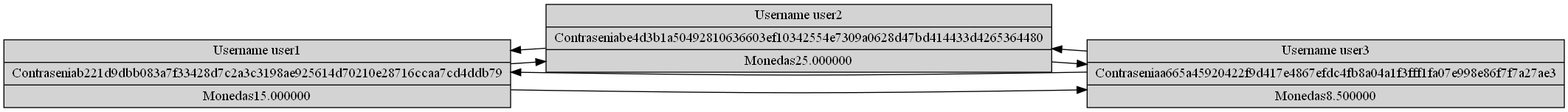
The Graphviz diagram fase1/Usuarios.png in ebarillas14/EDD_2S-BatallaNaval_201903342, before a commit. Its source is kept beside it as fase1/Usuarios.dot.
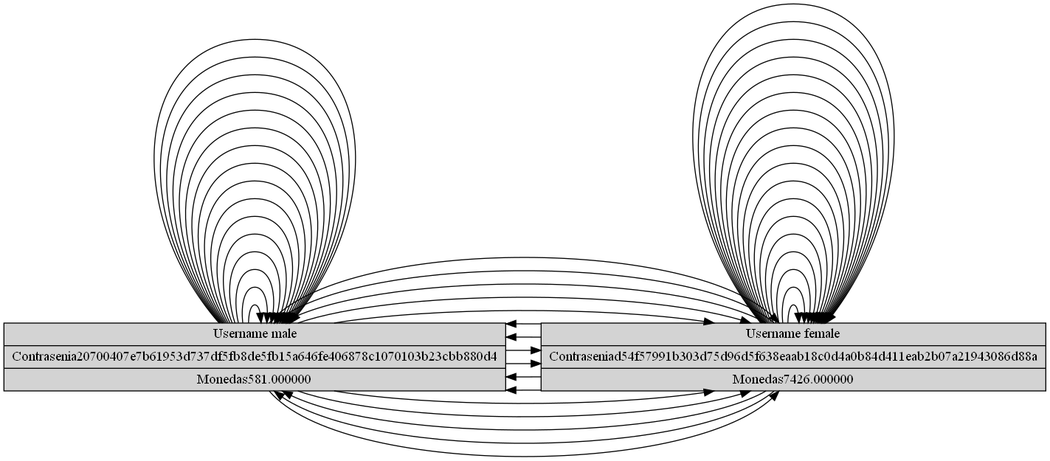
The same file after the commit.

Change to the diagram source:
```diff
@@ -1,11 +1,77 @@
 digraph Usuarios{rankdir = LR;node[shape = record, style = filled];
-user1[label= " Username user1| Contraseniab221d9dbb083a7f33428d7c2a3c3198ae925614d70210e28716ccaa7cd4ddb79| Monedas15.000000"]
-user2[label= " Username user2| Contraseniabe4d3b1a50492810636603ef10342554e7309a0628d47bd414433d4265364480| Monedas25.000000"]
-user3[label= " Username user3| Contraseniaa665a45920422f9d417e4867efdc4fb8a04a1f3fff1fa07e998e86f7f7a27ae3| Monedas8.500000"]
-user1->user2;
-user1->user3;
-user2->user3;
-user2->user1;
-user3->user1;
-user3->user2;
+male[label= " Username male| Contrasenia5b777fec68a74c8c6ca8eab329e49205237f0fc8a26f2aa1763cbeeb373a79c8| Monedas5335.000000"]
+male[label= " Username male| Contraseniabd2701d75da331ea6aa012b6db2da29006e3a5eb6aec2025e30b7a467e3037f7| Monedas3479.000000"]
+female[label= " Username female| Contrasenia2b46fb363bac0617643be3a724eda60283a5003e1e916a36bb98244d7fbc0c31| Monedas7565.000000"]
+female[label= " Username female| Contraseniad2b241ce197e714cd8ee7cddeee7308fe6a277f74a57148fad21375e906fc51e| Monedas4098.000000"]
+female[label= " Username female| Contraseniac7d01eafdd47256bcda857e076584e7a55afbe4787183ff5efb2b84e124e9559| Monedas7820.000000"]
+female[label= " Username female| Contraseniaa9e0f73f1659573047539f30e0d640d0537e2938038bbb9b9c399a6e0916a9fa| Monedas6065.000000"]
+female[label= " Username female| Contraseniaa72adf72253485d502ab5e09605e9e0231fc1b9b92ec4c6e8945b84ae7538d87| Monedas1194.000000"]
+female[label= " Username female| Contraseniabb4bd8cfca55eb56f6c237c40075cc0a9b945b91834da98d0d71224727695372| Monedas1827.000000"]
+female[label= " Username female| Contrasenia88dfad7d4207e612f9500588cfce9d89a40e91f10104586d0e75409fc1855597| Monedas9806.000000"]
+male[label= " Username male| Contrasenia14543240c3db24e32a3bfec7f95222410db955a29ca12956194a5b1ea9e83a93| Monedas4783.000000"]
+male[label= " Username male| Contraseniae5edf27338de3c2d5134ca7e1caf14036543abdcf4381fadb0a1417d7e6cf5ee| Monedas6052.000000"]
+female[label= " Username female| Contrasenia2e1d75b7f30d71076384c8a403e6c09a061441b1797a167c41cebcc856ef4a01| Monedas8167.000000"]
+female[label= " Username female| Contraseniab669e02aaa788107e47f841ecec7a4ffcfac0c8b9aef19d994607ae45823dc1a| Monedas7775.000000"]
+female[label= " Username female| Contrasenia5fcdc24bd3696be1f847e6c75009f8671832de926ed56c182f850d6e234060e4| Monedas4225.000000"]
+male[label= " Username male| Contrasenia2bc1144fe6f2d63bdfcc79a9ac593cb67152b4b3c6fdd53bf8fc2dc9d21c6408| Monedas2668.000000"]
+male[label= " Username male| Contrasenia749d3e5d49f5a8df2f03b1a2be6232128f62e97bbcafff1497389691fc7ad6a7| Monedas3142.000000"]
+male[label= " Username male| Contrasenia998d9b005f2e0928525a0748a1a2a7abff1a087a901e03f619f0320fa01b5e76| Monedas2350.000000"]
+male[label= " Username male| Contrasenia144ea22ae502ede0972a523c9be239588c823c3e547a97992b374ddf3fbb6a5f| Monedas7815.000000"]
+female[label= " Username female| Contraseniae137139ae258aa349238fbad2659fea3a5f044abbf30961954966acf7904dda0| Monedas3536.000000"]
+female[label= " Username female| Contrasenia06eec1ec097e0a7820b8f31769d1d61ece672a4a44d90fb3eaaa799beaa1d53a| Monedas9650.000000"]
+male[label= " Username male| Contrasenia5319b44c70f756e3ab5d9c8847755ca7afc2229bd7df06001a9a3ff6b6543d81| Monedas1332.000000"]
+male[label= " Username male| Contraseniafdc72bdea36aae9aed2f5791272a74275d30676e1d3025c31cef3ffe1366c2a2| Monedas861.000000"]
+male[label= " Username male| Contraseniaac212c795e398d93ef595a384412c209fa71587eba9d9ee932014fa44e71df35| Monedas4340.000000"]
+female[label= " Username female| Contraseniad54f57991b303d75d96d5f638eaab18c0d4a0b84d411eab2b07a21943086d88a| Monedas7426.000000"]
+male[label= " Username male| Contrasenia20700407e7b61953d737df5fb8de5fb15a646fe406878c1070103b23cbb880d4| Monedas581.000000"]
+male->male;
+male->male;
+male->female;
+male->male;
+female->female;
+female->male;
+female->female;
+female->female;
+female->female;
+female->female;
+female->female;
+female->female;
+female->female;
+female->female;
+female->female;
+female->female;
+female->male;
+female->female;
+male->male;
+male->female;
+male->female;
+male->male;
+female->female;
+female->male;
+female->female;
+female->female;
+female->male;
+female->female;
+male->male;
+male->female;
+male->male;
+male->male;
+male->male;
+male->male;
+male->female;
+male->male;
+female->female;
+female->male;
+female->male;
+female->female;
+male->male;
+male->female;
+male->male;
+male->male;
+male->female;
+male->male;
+female->male;
+female->male;
+male->male;
+male->female;
 }
```
